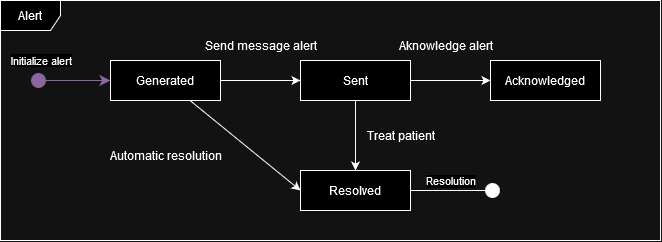
The draw.io diagram uml_models/StateUML.png in Siin0/signal_project-paps, before a commit. Source tidied: cells renumbered, new cells last; positions are measured from the earlier drawing's top-left corner, leaving out a move shared by most shapes. Its diagram source:
```xml
<mxGraphModel>
  <root>
    <mxCell id="0" />
    <mxCell id="1" parent="0" />
    <mxCell id="2" value="Alert" style="shape=umlFrame;whiteSpace=wrap;html=1;" parent="1" vertex="1">
      <mxGeometry width="660" height="240" as="geometry" />
    </mxCell>
    <mxCell id="3" style="html=1;verticalAlign=bottom;startArrow=circle;startFill=1;endArrow=classic;startSize=6;endSize=8;curved=0;rounded=0;endFill=1;strokeColor=#A680B8;" parent="1" edge="1">
      <mxGeometry relative="1" as="geometry">
        <mxPoint x="30" y="80" as="sourcePoint" />
        <mxPoint x="110" y="80" as="targetPoint" />
      </mxGeometry>
    </mxCell>
    <mxCell id="4" value="Initialize alert" style="edgeLabel;html=1;align=center;verticalAlign=middle;" parent="3" vertex="1">
      <mxGeometry x="-0.81" relative="1" as="geometry">
        <mxPoint x="3" y="-20" as="offset" />
      </mxGeometry>
    </mxCell>
    <mxCell id="5" style="edgeStyle=none;rounded=0;jettySize=auto;html=1;exitX=1;exitY=0.5;exitDx=0;exitDy=0;entryX=0;entryY=0.5;entryDx=0;entryDy=0;" parent="1" edge="1" source="7" target="11">
      <mxGeometry relative="1" as="geometry" />
    </mxCell>
    <mxCell id="6" style="edgeStyle=none;rounded=0;jettySize=auto;html=1;entryX=0;entryY=0.5;entryDx=0;entryDy=0;" parent="1" edge="1" source="7" target="12">
      <mxGeometry relative="1" as="geometry" />
    </mxCell>
    <mxCell id="7" value="Generated" style="html=1;whiteSpace=wrap;" parent="1" vertex="1">
      <mxGeometry x="110" y="60" width="110" height="40" as="geometry" />
    </mxCell>
    <mxCell id="8" value="Acknowledged" style="html=1;whiteSpace=wrap;" parent="1" vertex="1">
      <mxGeometry x="490" y="60" width="110" height="40" as="geometry" />
    </mxCell>
    <mxCell id="9" style="edgeStyle=none;rounded=0;jettySize=auto;html=1;exitX=1;exitY=0.5;exitDx=0;exitDy=0;entryX=0;entryY=0.5;entryDx=0;entryDy=0;" parent="1" edge="1" source="11" target="8">
      <mxGeometry relative="1" as="geometry" />
    </mxCell>
    <mxCell id="10" style="edgeStyle=none;rounded=0;jettySize=auto;html=1;entryX=0.5;entryY=0;entryDx=0;entryDy=0;" parent="1" edge="1" source="11" target="12">
      <mxGeometry relative="1" as="geometry" />
    </mxCell>
    <mxCell id="11" value="Sent" style="html=1;whiteSpace=wrap;" parent="1" vertex="1">
      <mxGeometry x="300" y="60" width="110" height="40" as="geometry" />
    </mxCell>
    <mxCell id="12" value="Resolved" style="html=1;whiteSpace=wrap;" parent="1" vertex="1">
      <mxGeometry x="300" y="170" width="110" height="40" as="geometry" />
    </mxCell>
    <mxCell id="13" value="Send message alert" style="text;html=1;align=center;verticalAlign=middle;strokeColor=none;fillColor=none;" parent="1" vertex="1">
      <mxGeometry x="195" y="30" width="130" height="30" as="geometry" />
    </mxCell>
    <mxCell id="14" value="Aknowledge alert" style="text;html=1;align=center;verticalAlign=middle;strokeColor=none;fillColor=none;" parent="1" vertex="1">
      <mxGeometry x="385" y="30" width="120" height="30" as="geometry" />
    </mxCell>
    <mxCell id="15" value="Automatic resolution" style="text;html=1;align=center;verticalAlign=middle;strokeColor=none;fillColor=none;" parent="1" vertex="1">
      <mxGeometry x="95" y="140" width="140" height="30" as="geometry" />
    </mxCell>
    <mxCell id="16" value="Treat patient" style="text;html=1;align=center;verticalAlign=middle;strokeColor=none;fillColor=none;" parent="1" vertex="1">
      <mxGeometry x="355" y="120" width="90" height="30" as="geometry" />
    </mxCell>
    <mxCell id="17" value="Resolution" style="html=1;verticalAlign=bottom;startArrow=circle;startFill=1;endArrow=none;startSize=6;endSize=8;curved=0;rounded=0;entryX=1;entryY=0.5;entryDx=0;entryDy=0;endFill=0;" parent="1" edge="1" target="12">
      <mxGeometry x="0.11" relative="1" as="geometry">
        <mxPoint x="500" y="190" as="sourcePoint" />
      </mxGeometry>
    </mxCell>
  </root>
</mxGraphModel>
```
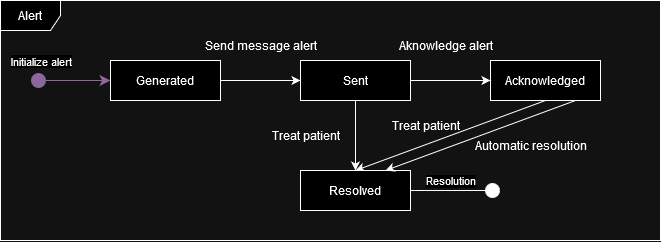
Above is the later version.

Change to the diagram source:
```diff
@@ -19,7 +19,7 @@
     <mxCell id="5" style="edgeStyle=none;rounded=0;jettySize=auto;html=1;exitX=1;exitY=0.5;exitDx=0;exitDy=0;entryX=0;entryY=0.5;entryDx=0;entryDy=0;" parent="1" edge="1" source="7" target="11">
       <mxGeometry relative="1" as="geometry" />
     </mxCell>
-    <mxCell id="6" style="edgeStyle=none;rounded=0;jettySize=auto;html=1;entryX=0;entryY=0.5;entryDx=0;entryDy=0;" parent="1" edge="1" source="7" target="12">
+    <mxCell id="6" style="edgeStyle=none;rounded=0;jettySize=auto;html=1;entryX=0.5;entryY=0;entryDx=0;entryDy=0;exitX=0.5;exitY=1;exitDx=0;exitDy=0;" parent="1" edge="1" source="8" target="12">
       <mxGeometry relative="1" as="geometry" />
     </mxCell>
     <mxCell id="7" value="Generated" style="html=1;whiteSpace=wrap;" parent="1" vertex="1">
@@ -47,15 +47,24 @@
       <mxGeometry x="385" y="30" width="120" height="30" as="geometry" />
     </mxCell>
     <mxCell id="15" value="Automatic resolution" style="text;html=1;align=center;verticalAlign=middle;strokeColor=none;fillColor=none;" parent="1" vertex="1">
-      <mxGeometry x="95" y="140" width="140" height="30" as="geometry" />
+      <mxGeometry x="460" y="130" width="140" height="30" as="geometry" />
     </mxCell>
     <mxCell id="16" value="Treat patient" style="text;html=1;align=center;verticalAlign=middle;strokeColor=none;fillColor=none;" parent="1" vertex="1">
-      <mxGeometry x="355" y="120" width="90" height="30" as="geometry" />
+      <mxGeometry x="260" y="120" width="90" height="30" as="geometry" />
     </mxCell>
     <mxCell id="17" value="Resolution" style="html=1;verticalAlign=bottom;startArrow=circle;startFill=1;endArrow=none;startSize=6;endSize=8;curved=0;rounded=0;entryX=1;entryY=0.5;entryDx=0;entryDy=0;endFill=0;" parent="1" edge="1" target="12">
       <mxGeometry x="0.11" relative="1" as="geometry">
         <mxPoint x="500" y="190" as="sourcePoint" />
       </mxGeometry>
     </mxCell>
+    <mxCell id="18" style="edgeStyle=none;rounded=0;orthogonalLoop=1;jettySize=auto;html=1;entryX=0.5;entryY=0;entryDx=0;entryDy=0;exitX=0.5;exitY=1;exitDx=0;exitDy=0;" parent="1" edge="1">
+      <mxGeometry relative="1" as="geometry">
+        <mxPoint x="575" y="100" as="sourcePoint" />
+        <mxPoint x="385" y="170" as="targetPoint" />
+      </mxGeometry>
+    </mxCell>
+    <mxCell id="19" value="Treat patient" style="text;html=1;align=center;verticalAlign=middle;strokeColor=none;fillColor=none;" parent="1" vertex="1">
+      <mxGeometry x="380" y="110" width="90" height="30" as="geometry" />
+    </mxCell>
   </root>
 </mxGraphModel>
```
